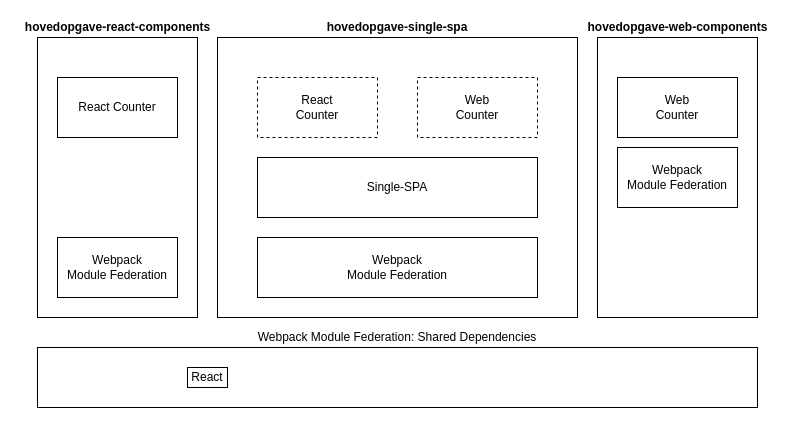
Before: single-spa-module-federation.drawio in eheu/hovedopgave, a draw.io diagram. Source tidied: cells renumbered, new cells numbered last; positions are measured from the earlier drawing's top-left corner, leaving out a move shared by most shapes. Both pictures are drawn from the tidied source at 100%, with x=0, y=0 at pixel (17, 17).
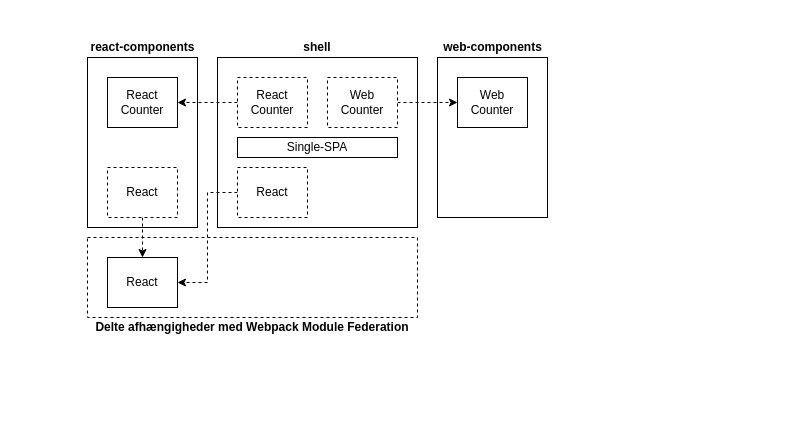
The same diagram, later.

The edit, as a diff of the source:
```diff
@@
-    <mxCell id="2" style="rounded=0;whiteSpace=wrap;html=1;strokeColor=#000000;fillColor=none;" parent="1" vertex="1">
-      <mxGeometry x="580" y="20" width="160" height="280" as="geometry" />
-    </mxCell>
+    <mxCell id="12" style="rounded=0;whiteSpace=wrap;html=1;strokeColor=#000000;fillColor=none;" parent="1" vertex="1">
+      <mxGeometry x="70" y="40" width="110" height="170" as="geometry" />
+    </mxCell>
     <mxCell id="3" style="rounded=0;whiteSpace=wrap;html=1;strokeColor=#000000;fillColor=none;" parent="1" vertex="1">
-      <mxGeometry x="200" y="20" width="360" height="280" as="geometry" />
+      <mxGeometry x="200" y="40" width="200" height="170" as="geometry" />
     </mxCell>
+    <mxCell id="19" style="edgeStyle=orthogonalEdgeStyle;rounded=0;jettySize=auto;html=1;entryX=1;entryY=0.5;entryDx=0;entryDy=0;dashed=1;" parent="1" edge="1" source="4" target="13">
+      <mxGeometry relative="1" as="geometry" />
+    </mxCell>
     <mxCell id="4" value="&lt;div&gt;React &lt;br&gt;&lt;/div&gt;&lt;div&gt;Counter&lt;/div&gt;" style="rounded=0;whiteSpace=wrap;html=1;dashed=1;" parent="1" vertex="1">
-      <mxGeometry x="240" y="60" width="120" height="60" as="geometry" />
+      <mxGeometry x="220" y="60" width="70" height="50" as="geometry" />
     </mxCell>
+    <mxCell id="20" style="edgeStyle=orthogonalEdgeStyle;rounded=0;jettySize=auto;html=1;entryX=0;entryY=0.5;entryDx=0;entryDy=0;dashed=1;" parent="1" edge="1" source="5" target="8">
+      <mxGeometry relative="1" as="geometry" />
+    </mxCell>
     <mxCell id="5" value="&lt;div&gt;Web &lt;br&gt;&lt;/div&gt;&lt;div&gt;Counter&lt;/div&gt;" style="rounded=0;whiteSpace=wrap;html=1;dashed=1;" parent="1" vertex="1">
-      <mxGeometry x="400" y="60" width="120" height="60" as="geometry" />
+      <mxGeometry x="310" y="60" width="70" height="50" as="geometry" />
     </mxCell>
     <mxCell id="6" value="&lt;div&gt;Single-SPA&lt;/div&gt;" style="rounded=0;whiteSpace=wrap;html=1;strokeColor=#000000;" parent="1" vertex="1">
-      <mxGeometry x="240" y="140" width="280" height="60" as="geometry" />
+      <mxGeometry x="220" y="120" width="160" height="20" as="geometry" />
     </mxCell>
-    <mxCell id="7" value="Webpack &lt;br&gt;Module Federation" style="rounded=0;whiteSpace=wrap;html=1;strokeColor=#000000;" parent="1" vertex="1">
-      <mxGeometry x="240" y="220" width="280" height="60" as="geometry" />
-    </mxCell>
-    <mxCell id="8" value="&lt;div&gt;Web &lt;br&gt;&lt;/div&gt;&lt;div&gt;Counter&lt;/div&gt;" style="rounded=0;whiteSpace=wrap;html=1;" parent="1" vertex="1">
-      <mxGeometry x="600" y="60" width="120" height="60" as="geometry" />
-    </mxCell>
-    <mxCell id="9" value="&lt;b&gt;hovedopgave-single-spa&lt;/b&gt;" style="text;html=1;strokeColor=none;fillColor=none;align=center;verticalAlign=middle;whiteSpace=wrap;rounded=0;" parent="1" vertex="1">
-      <mxGeometry x="200" width="360" height="20" as="geometry" />
+    <mxCell id="9" value="shell" style="text;html=1;strokeColor=none;fillColor=none;align=center;verticalAlign=middle;whiteSpace=wrap;rounded=0;fontStyle=1;" parent="1" vertex="1">
+      <mxGeometry x="200" y="20" width="200" height="20" as="geometry" />
     </mxCell>
-    <mxCell id="10" value="Webpack &lt;br&gt;Module Federation" style="rounded=0;whiteSpace=wrap;html=1;strokeColor=#000000;" parent="1" vertex="1">
-      <mxGeometry x="600" y="130" width="120" height="60" as="geometry" />
-    </mxCell>
-    <mxCell id="11" value="&lt;div&gt;hovedopgave-web-components&lt;/div&gt;" style="text;html=1;align=center;verticalAlign=middle;fontStyle=1;" parent="1" vertex="1">
-      <mxGeometry x="560" width="200" height="20" as="geometry" />
-    </mxCell>
-    <mxCell id="12" style="rounded=0;whiteSpace=wrap;html=1;strokeColor=#000000;fillColor=none;" parent="1" vertex="1">
-      <mxGeometry x="20" y="20" width="160" height="280" as="geometry" />
-    </mxCell>
     <mxCell id="13" value="React Counter" style="rounded=0;whiteSpace=wrap;html=1;" parent="1" vertex="1">
-      <mxGeometry x="40" y="60" width="120" height="60" as="geometry" />
+      <mxGeometry x="90" y="60" width="70" height="50" as="geometry" />
     </mxCell>
+    <mxCell id="21" style="edgeStyle=orthogonalEdgeStyle;rounded=0;jettySize=auto;html=1;exitX=0.5;exitY=1;exitDx=0;exitDy=0;entryX=0.5;entryY=0;entryDx=0;entryDy=0;dashed=1;" parent="1" edge="1" source="14" target="26">
+      <mxGeometry relative="1" as="geometry" />
+    </mxCell>
-    <mxCell id="14" value="Webpack &lt;br&gt;Module Federation" style="rounded=0;whiteSpace=wrap;html=1;strokeColor=#000000;" parent="1" vertex="1">
-      <mxGeometry x="40" y="220" width="120" height="60" as="geometry" />
+    <mxCell id="14" value="React" style="rounded=0;whiteSpace=wrap;html=1;strokeColor=#000000;dashed=1;" parent="1" vertex="1">
+      <mxGeometry x="90" y="150" width="70" height="50" as="geometry" />
     </mxCell>
-    <mxCell id="15" value="&lt;div&gt;hovedopgave-react-components&lt;/div&gt;" style="text;html=1;align=center;verticalAlign=middle;fontStyle=1;" parent="1" vertex="1">
-      <mxGeometry width="200" height="20" as="geometry" />
+    <mxCell id="15" value="&lt;div&gt;react-components&lt;/div&gt;" style="text;html=1;align=center;verticalAlign=middle;fontStyle=1;" parent="1" vertex="1">
+      <mxGeometry x="65" y="20" width="120" height="20" as="geometry" />
     </mxCell>
-    <mxCell id="16" style="rounded=0;whiteSpace=wrap;html=1;strokeColor=#000000;fillColor=none;" parent="1" vertex="1">
-      <mxGeometry x="20" y="330" width="720" height="60" as="geometry" />
+    <mxCell id="16" style="rounded=0;whiteSpace=wrap;html=1;strokeColor=#000000;fillColor=none;dashed=1;" parent="1" vertex="1">
+      <mxGeometry x="70" y="220" width="330" height="80" as="geometry" />
     </mxCell>
-    <mxCell id="17" value="Webpack Module Federation: Shared Dependencies" style="text;html=1;strokeColor=none;fillColor=none;align=center;verticalAlign=middle;whiteSpace=wrap;rounded=0;" parent="1" vertex="1">
-      <mxGeometry x="20" y="310" width="720" height="20" as="geometry" />
+    <mxCell id="17" value="Delte afhængigheder med Webpack Module Federation" style="text;html=1;strokeColor=none;fillColor=none;align=center;verticalAlign=middle;whiteSpace=wrap;rounded=0;fontStyle=1;" parent="1" vertex="1">
+      <mxGeometry x="70" y="300" width="330" height="20" as="geometry" />
     </mxCell>
-    <mxCell id="18" value="React" style="text;html=1;strokeColor=#000000;fillColor=none;align=center;verticalAlign=middle;whiteSpace=wrap;rounded=0;" parent="1" vertex="1">
-      <mxGeometry x="170" y="350" width="40" height="20" as="geometry" />
-    </mxCell>
+    <mxCell id="22" style="rounded=0;whiteSpace=wrap;html=1;strokeColor=#000000;fillColor=none;" parent="1" vertex="1">
+      <mxGeometry x="420" y="40" width="110" height="160" as="geometry" />
+    </mxCell>
+    <mxCell id="8" value="Web Counter" style="rounded=0;whiteSpace=wrap;html=1;" parent="1" vertex="1">
+      <mxGeometry x="440" y="60" width="70" height="50" as="geometry" />
+    </mxCell>
+    <mxCell id="23" value="&lt;div&gt;web-components&lt;/div&gt;" style="text;html=1;align=center;verticalAlign=middle;fontStyle=1;" parent="1" vertex="1">
+      <mxGeometry x="420" y="20" width="110" height="20" as="geometry" />
+    </mxCell>
+    <mxCell id="24" style="edgeStyle=orthogonalEdgeStyle;rounded=0;jettySize=auto;html=1;entryX=1;entryY=0.5;entryDx=0;entryDy=0;dashed=1;" parent="1" edge="1" source="25" target="26">
+      <mxGeometry relative="1" as="geometry" />
+    </mxCell>
+    <mxCell id="25" value="React" style="rounded=0;whiteSpace=wrap;html=1;strokeColor=#000000;dashed=1;" parent="1" vertex="1">
+      <mxGeometry x="220" y="150" width="70" height="50" as="geometry" />
+    </mxCell>
+    <mxCell id="26" value="React" style="rounded=0;whiteSpace=wrap;html=1;strokeColor=#000000;" parent="1" vertex="1">
+      <mxGeometry x="90" y="240" width="70" height="50" as="geometry" />
+    </mxCell>
```
